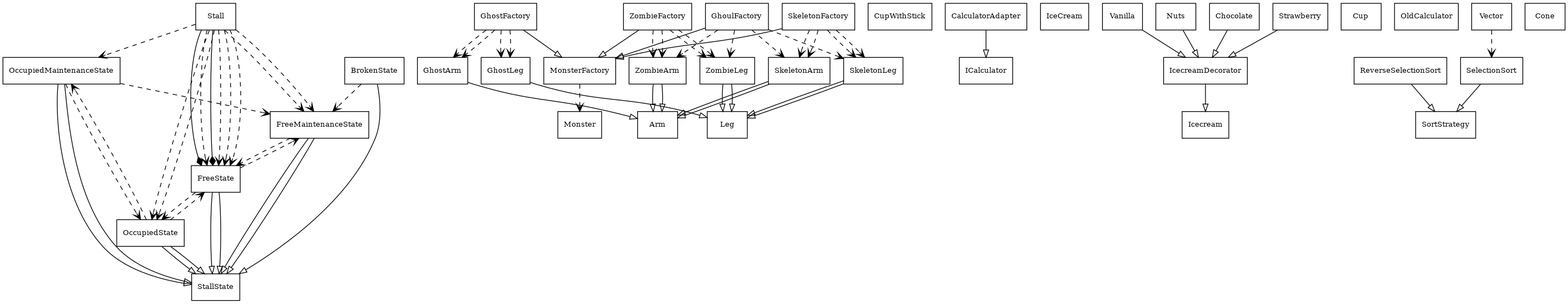
This is uml_output/classes_diagram.png from BartolomeoZisa/LLMDesignPatternRefactoring, a Graphviz export, as it was before one commit. Its source is kept beside it as uml_output/classes_diagram.dot. Source of this version:
```dot
digraph UML {
	node [fontsize=10 shape=record]
	OccupiedMaintenanceState [label="{ OccupiedMaintenanceState }"]
	GhoulFactory [label="{ GhoulFactory }"]
	CupWithStick [label="{ CupWithStick }"]
	ICalculator [label="{ ICalculator }"]
	StallState [label="{ StallState }"]
	FreeMaintenanceState [label="{ FreeMaintenanceState }"]
	IceCream [label="{ IceCream }"]
	Stall [label="{ Stall }"]
	Icecream [label="{ Icecream }"]
	Cup [label="{ Cup }"]
	IcecreamDecorator [label="{ IcecreamDecorator }"]
	BrokenState [label="{ BrokenState }"]
	SkeletonArm [label="{ SkeletonArm }"]
	GhostLeg [label="{ GhostLeg }"]
	GhostArm [label="{ GhostArm }"]
	OldCalculator [label="{ OldCalculator }"]
	SkeletonLeg [label="{ SkeletonLeg }"]
	Leg [label="{ Leg }"]
	Vanilla [label="{ Vanilla }"]
	Nuts [label="{ Nuts }"]
	SkeletonFactory [label="{ SkeletonFactory }"]
	MonsterFactory [label="{ MonsterFactory }"]
	Monster [label="{ Monster }"]
	ZombieLeg [label="{ ZombieLeg }"]
	ReverseSelectionSort [label="{ ReverseSelectionSort }"]
	Arm [label="{ Arm }"]
	OccupiedState [label="{ OccupiedState }"]
	Vector [label="{ Vector }"]
	Chocolate [label="{ Chocolate }"]
	SelectionSort [label="{ SelectionSort }"]
	CalculatorAdapter [label="{ CalculatorAdapter }"]
	Strawberry [label="{ Strawberry }"]
	FreeState [label="{ FreeState }"]
	GhostFactory [label="{ GhostFactory }"]
	Cone [label="{ Cone }"]
	ZombieArm [label="{ ZombieArm }"]
	ZombieFactory [label="{ ZombieFactory }"]
	SortStrategy [label="{ SortStrategy }"]
	CalculatorAdapter -> ICalculator [arrowhead=empty]
	Nuts -> IcecreamDecorator [arrowhead=empty]
	IcecreamDecorator -> Icecream [arrowhead=empty]
	Chocolate -> IcecreamDecorator [arrowhead=empty]
	Strawberry -> IcecreamDecorator [arrowhead=empty]
	Vanilla -> IcecreamDecorator [arrowhead=empty]
	BrokenState -> StallState [arrowhead=empty]
	BrokenState -> FreeMaintenanceState [arrowhead=vee style=dashed]
	Stall -> FreeState [arrowhead=diamond]
	Stall -> FreeState [arrowhead=vee style=dashed]
	Stall -> FreeState [arrowhead=diamond]
	Stall -> FreeState [arrowhead=vee style=dashed]
	Stall -> OccupiedState [arrowhead=vee style=dashed]
	Stall -> FreeState [arrowhead=vee style=dashed]
	Stall -> FreeMaintenanceState [arrowhead=vee style=dashed]
	Stall -> FreeMaintenanceState [arrowhead=vee style=dashed]
	Stall -> OccupiedMaintenanceState [arrowhead=vee style=dashed]
	Stall -> FreeState [arrowhead=vee style=dashed]
	Stall -> OccupiedState [arrowhead=vee style=dashed]
	FreeState -> StallState [arrowhead=empty]
	FreeState -> OccupiedState [arrowhead=vee style=dashed]
	FreeState -> FreeMaintenanceState [arrowhead=vee style=dashed]
	FreeState -> StallState [arrowhead=empty]
	OccupiedState -> StallState [arrowhead=empty]
	OccupiedState -> FreeState [arrowhead=vee style=dashed]
	OccupiedState -> OccupiedMaintenanceState [arrowhead=vee style=dashed]
	OccupiedState -> StallState [arrowhead=empty]
	OccupiedMaintenanceState -> StallState [arrowhead=empty]
	OccupiedMaintenanceState -> FreeMaintenanceState [arrowhead=vee style=dashed]
	OccupiedMaintenanceState -> OccupiedState [arrowhead=vee style=dashed]
	OccupiedMaintenanceState -> StallState [arrowhead=empty]
	FreeMaintenanceState -> StallState [arrowhead=empty]
	FreeMaintenanceState -> FreeState [arrowhead=vee style=dashed]
	FreeMaintenanceState -> StallState [arrowhead=empty]
	ReverseSelectionSort -> SortStrategy [arrowhead=empty]
	Vector -> SelectionSort [arrowhead=vee style=dashed]
	SelectionSort -> SortStrategy [arrowhead=empty]
	GhostArm -> Arm [arrowhead=empty]
	GhostLeg -> Leg [arrowhead=empty]
	GhostFactory -> MonsterFactory [arrowhead=empty]
	GhostFactory -> GhostLeg [arrowhead=vee style=dashed]
	GhostFactory -> GhostLeg [arrowhead=vee style=dashed]
	GhostFactory -> GhostArm [arrowhead=vee style=dashed]
	GhostFactory -> GhostArm [arrowhead=vee style=dashed]
	ZombieLeg -> Leg [arrowhead=empty]
	ZombieLeg -> Leg [arrowhead=empty]
	SkeletonLeg -> Leg [arrowhead=empty]
	SkeletonLeg -> Leg [arrowhead=empty]
	ZombieArm -> Arm [arrowhead=empty]
	ZombieArm -> Arm [arrowhead=empty]
	SkeletonArm -> Arm [arrowhead=empty]
	SkeletonArm -> Arm [arrowhead=empty]
	MonsterFactory -> Monster [arrowhead=vee style=dashed]
	SkeletonFactory -> MonsterFactory [arrowhead=empty]
	SkeletonFactory -> SkeletonLeg [arrowhead=vee style=dashed]
	SkeletonFactory -> SkeletonLeg [arrowhead=vee style=dashed]
	SkeletonFactory -> SkeletonArm [arrowhead=vee style=dashed]
	SkeletonFactory -> SkeletonArm [arrowhead=vee style=dashed]
	ZombieFactory -> MonsterFactory [arrowhead=empty]
	ZombieFactory -> ZombieLeg [arrowhead=vee style=dashed]
	ZombieFactory -> ZombieLeg [arrowhead=vee style=dashed]
	ZombieFactory -> ZombieArm [arrowhead=vee style=dashed]
	ZombieFactory -> ZombieArm [arrowhead=vee style=dashed]
	GhoulFactory -> MonsterFactory [arrowhead=empty]
	GhoulFactory -> ZombieLeg [arrowhead=vee style=dashed]
	GhoulFactory -> SkeletonLeg [arrowhead=vee style=dashed]
	GhoulFactory -> ZombieArm [arrowhead=vee style=dashed]
	GhoulFactory -> SkeletonArm [arrowhead=vee style=dashed]
}
```
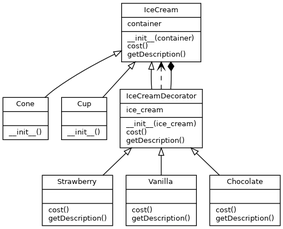
The same diagram one commit later.

What changed in the source:
```diff
@@ -1,109 +1,19 @@
 digraph UML {
-	node [fontsize=10 shape=record]
-	OccupiedMaintenanceState [label="{ OccupiedMaintenanceState }"]
-	GhoulFactory [label="{ GhoulFactory }"]
-	CupWithStick [label="{ CupWithStick }"]
-	ICalculator [label="{ ICalculator }"]
-	StallState [label="{ StallState }"]
-	FreeMaintenanceState [label="{ FreeMaintenanceState }"]
-	IceCream [label="{ IceCream }"]
-	Stall [label="{ Stall }"]
-	Icecream [label="{ Icecream }"]
-	Cup [label="{ Cup }"]
-	IcecreamDecorator [label="{ IcecreamDecorator }"]
-	BrokenState [label="{ BrokenState }"]
-	SkeletonArm [label="{ SkeletonArm }"]
-	GhostLeg [label="{ GhostLeg }"]
-	GhostArm [label="{ GhostArm }"]
-	OldCalculator [label="{ OldCalculator }"]
-	SkeletonLeg [label="{ SkeletonLeg }"]
-	Leg [label="{ Leg }"]
-	Vanilla [label="{ Vanilla }"]
-	Nuts [label="{ Nuts }"]
-	SkeletonFactory [label="{ SkeletonFactory }"]
-	MonsterFactory [label="{ MonsterFactory }"]
-	Monster [label="{ Monster }"]
-	ZombieLeg [label="{ ZombieLeg }"]
-	ReverseSelectionSort [label="{ ReverseSelectionSort }"]
-	Arm [label="{ Arm }"]
-	OccupiedState [label="{ OccupiedState }"]
-	Vector [label="{ Vector }"]
-	Chocolate [label="{ Chocolate }"]
-	SelectionSort [label="{ SelectionSort }"]
-	CalculatorAdapter [label="{ CalculatorAdapter }"]
-	Strawberry [label="{ Strawberry }"]
-	FreeState [label="{ FreeState }"]
-	GhostFactory [label="{ GhostFactory }"]
-	Cone [label="{ Cone }"]
-	ZombieArm [label="{ ZombieArm }"]
-	ZombieFactory [label="{ ZombieFactory }"]
-	SortStrategy [label="{ SortStrategy }"]
-	CalculatorAdapter -> ICalculator [arrowhead=empty]
-	Nuts -> IcecreamDecorator [arrowhead=empty]
-	IcecreamDecorator -> Icecream [arrowhead=empty]
-	Chocolate -> IcecreamDecorator [arrowhead=empty]
-	Strawberry -> IcecreamDecorator [arrowhead=empty]
-	Vanilla -> IcecreamDecorator [arrowhead=empty]
-	BrokenState -> StallState [arrowhead=empty]
-	BrokenState -> FreeMaintenanceState [arrowhead=vee style=dashed]
-	Stall -> FreeState [arrowhead=diamond]
-	Stall -> FreeState [arrowhead=vee style=dashed]
-	Stall -> FreeState [arrowhead=diamond]
-	Stall -> FreeState [arrowhead=vee style=dashed]
-	Stall -> OccupiedState [arrowhead=vee style=dashed]
-	Stall -> FreeState [arrowhead=vee style=dashed]
-	Stall -> FreeMaintenanceState [arrowhead=vee style=dashed]
-	Stall -> FreeMaintenanceState [arrowhead=vee style=dashed]
-	Stall -> OccupiedMaintenanceState [arrowhead=vee style=dashed]
-	Stall -> FreeState [arrowhead=vee style=dashed]
-	Stall -> OccupiedState [arrowhead=vee style=dashed]
-	FreeState -> StallState [arrowhead=empty]
-	FreeState -> OccupiedState [arrowhead=vee style=dashed]
-	FreeState -> FreeMaintenanceState [arrowhead=vee style=dashed]
-	FreeState -> StallState [arrowhead=empty]
-	OccupiedState -> StallState [arrowhead=empty]
-	OccupiedState -> FreeState [arrowhead=vee style=dashed]
-	OccupiedState -> OccupiedMaintenanceState [arrowhead=vee style=dashed]
-	OccupiedState -> StallState [arrowhead=empty]
-	OccupiedMaintenanceState -> StallState [arrowhead=empty]
-	OccupiedMaintenanceState -> FreeMaintenanceState [arrowhead=vee style=dashed]
-	OccupiedMaintenanceState -> OccupiedState [arrowhead=vee style=dashed]
-	OccupiedMaintenanceState -> StallState [arrowhead=empty]
-	FreeMaintenanceState -> StallState [arrowhead=empty]
-	FreeMaintenanceState -> FreeState [arrowhead=vee style=dashed]
-	FreeMaintenanceState -> StallState [arrowhead=empty]
-	ReverseSelectionSort -> SortStrategy [arrowhead=empty]
-	Vector -> SelectionSort [arrowhead=vee style=dashed]
-	SelectionSort -> SortStrategy [arrowhead=empty]
-	GhostArm -> Arm [arrowhead=empty]
-	GhostLeg -> Leg [arrowhead=empty]
-	GhostFactory -> MonsterFactory [arrowhead=empty]
-	GhostFactory -> GhostLeg [arrowhead=vee style=dashed]
-	GhostFactory -> GhostLeg [arrowhead=vee style=dashed]
-	GhostFactory -> GhostArm [arrowhead=vee style=dashed]
-	GhostFactory -> GhostArm [arrowhead=vee style=dashed]
-	ZombieLeg -> Leg [arrowhead=empty]
-	ZombieLeg -> Leg [arrowhead=empty]
-	SkeletonLeg -> Leg [arrowhead=empty]
-	SkeletonLeg -> Leg [arrowhead=empty]
-	ZombieArm -> Arm [arrowhead=empty]
-	ZombieArm -> Arm [arrowhead=empty]
-	SkeletonArm -> Arm [arrowhead=empty]
-	SkeletonArm -> Arm [arrowhead=empty]
-	MonsterFactory -> Monster [arrowhead=vee style=dashed]
-	SkeletonFactory -> MonsterFactory [arrowhead=empty]
-	SkeletonFactory -> SkeletonLeg [arrowhead=vee style=dashed]
-	SkeletonFactory -> SkeletonLeg [arrowhead=vee style=dashed]
-	SkeletonFactory -> SkeletonArm [arrowhead=vee style=dashed]
-	SkeletonFactory -> SkeletonArm [arrowhead=vee style=dashed]
-	ZombieFactory -> MonsterFactory [arrowhead=empty]
-	ZombieFactory -> ZombieLeg [arrowhead=vee style=dashed]
-	ZombieFactory -> ZombieLeg [arrowhead=vee style=dashed]
-	ZombieFactory -> ZombieArm [arrowhead=vee style=dashed]
-	ZombieFactory -> ZombieArm [arrowhead=vee style=dashed]
-	GhoulFactory -> MonsterFactory [arrowhead=empty]
-	GhoulFactory -> ZombieLeg [arrowhead=vee style=dashed]
-	GhoulFactory -> SkeletonLeg [arrowhead=vee style=dashed]
-	GhoulFactory -> ZombieArm [arrowhead=vee style=dashed]
-	GhoulFactory -> SkeletonArm [arrowhead=vee style=dashed]
+	rankdir=BT
+	node [fillcolor=white fontname=Helvetica fontsize=10 shape=record style=filled]
+	Cone [label="{ Cone |  | __init__()\l }"]
+	IceCream [label="{ IceCream | container\l | __init__(container)\lcost()\lgetDescription()\l }"]
+	Cup [label="{ Cup |  | __init__()\l }"]
+	Strawberry [label="{ Strawberry |  | cost()\lgetDescription()\l }"]
+	IceCreamDecorator [label="{ IceCreamDecorator | ice_cream\l | __init__(ice_cream)\lcost()\lgetDescription()\l }"]
+	Vanilla [label="{ Vanilla |  | cost()\lgetDescription()\l }"]
+	Chocolate [label="{ Chocolate |  | cost()\lgetDescription()\l }"]
+	IceCreamDecorator -> IceCream [arrowhead=empty]
+	IceCreamDecorator -> IceCream [arrowhead=vee style=dashed]
+	IceCreamDecorator -> IceCream [arrowhead=diamond]
+	Chocolate -> IceCreamDecorator [arrowhead=empty]
+	Strawberry -> IceCreamDecorator [arrowhead=empty]
+	Vanilla -> IceCreamDecorator [arrowhead=empty]
+	Cone -> IceCream [arrowhead=empty]
+	Cup -> IceCream [arrowhead=empty]
 }
```
